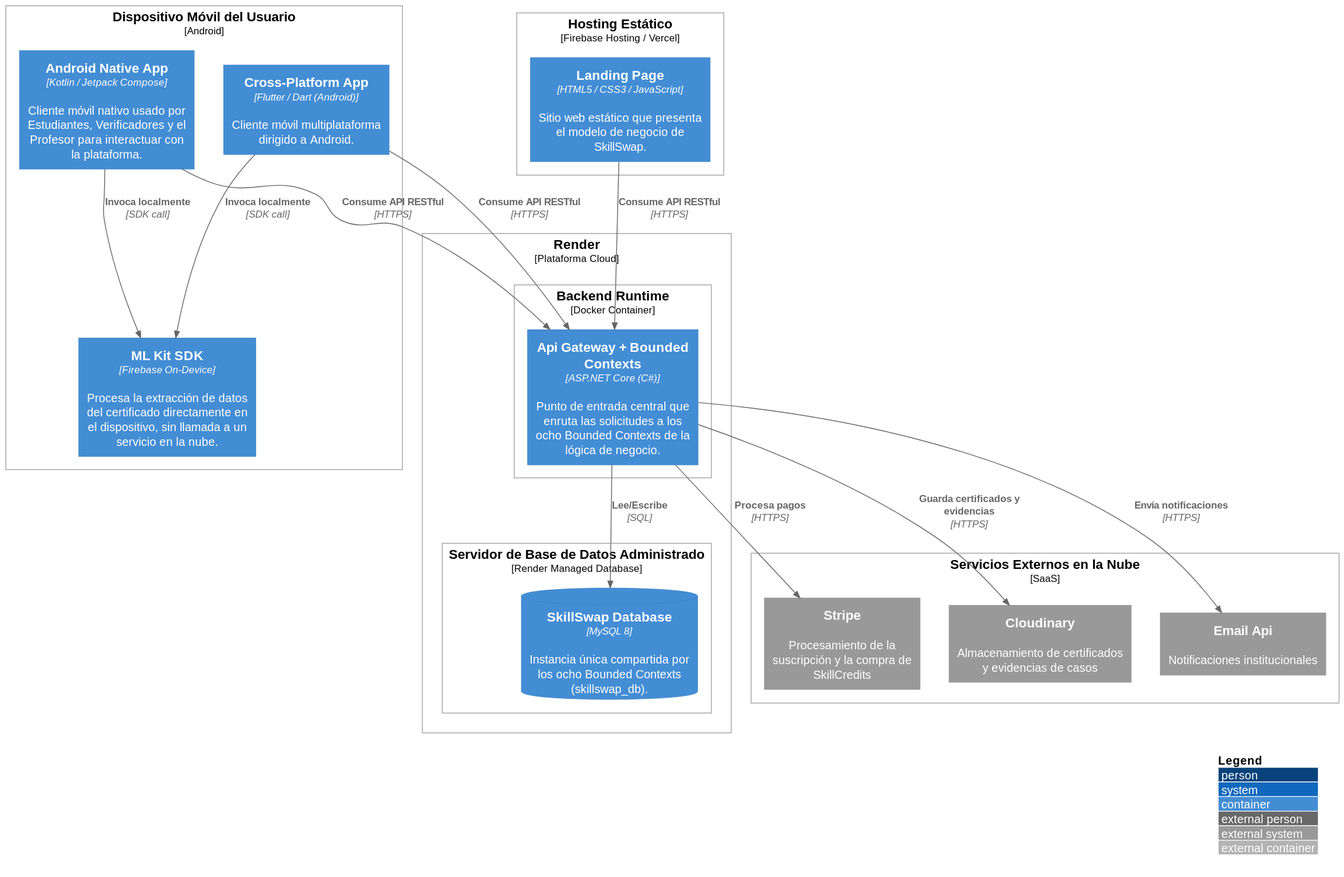
Above: images-doc/SkillSwapDeployment.svg in Aplicaciones-Dispositivos-Moviles/SkillSwap-ProjectReport (PlantUML), before the change.
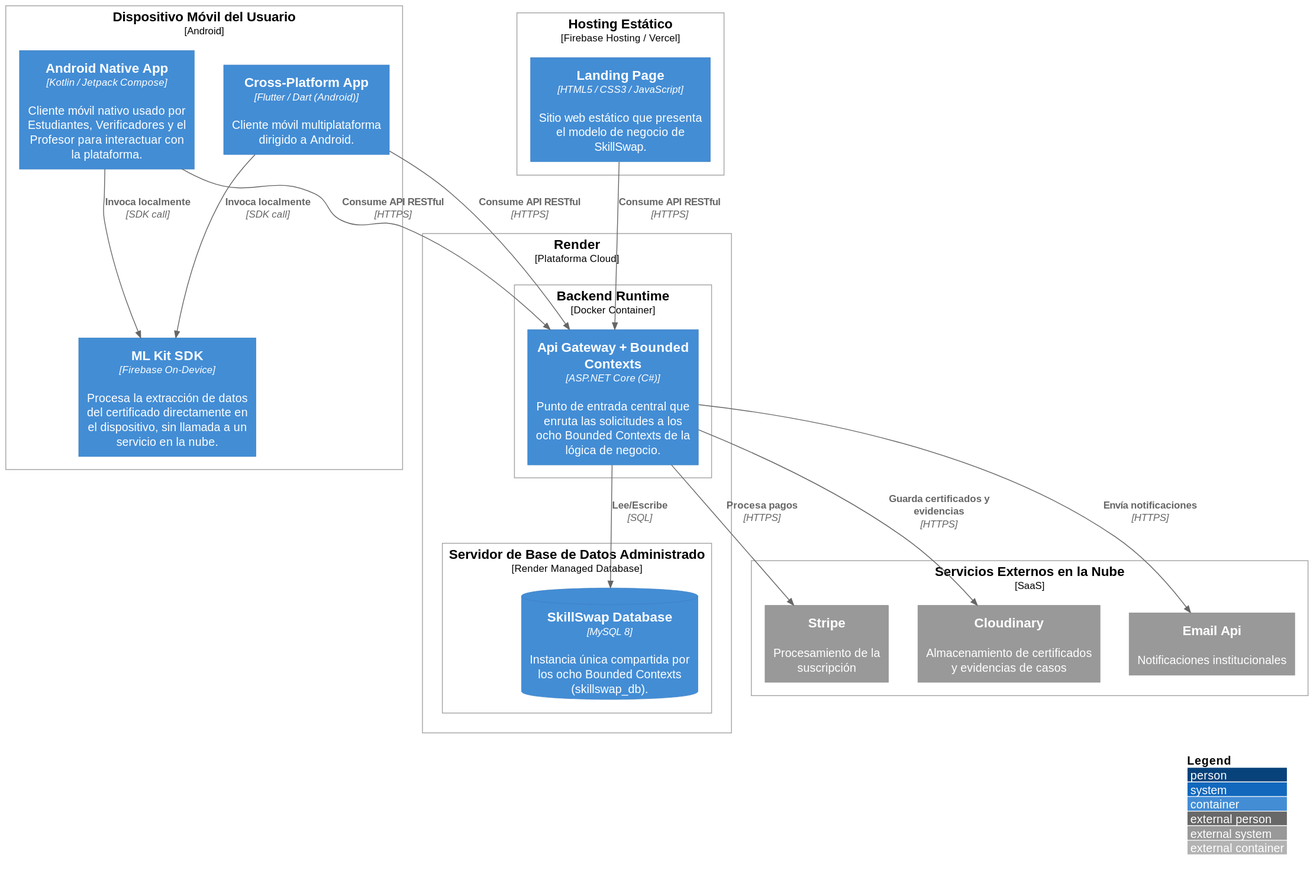
The same file after the commit.

The edit, as a diff of the source:
```diff
@@ -25,7 +25,7 @@
 Deployment_Node(externalCloud, "Servicios Externos en la Nube", "SaaS"){
     System_Ext(cloudStorage, "Cloudinary", "Almacenamiento de certificados y evidencias de casos")
     System_Ext(emailService, "Email Api", "Notificaciones institucionales")
-    System_Ext(stripeApi, "Stripe", "Procesamiento de la suscripción y la compra de SkillCredits")
+    System_Ext(stripeApi, "Stripe", "Procesamiento de la suscripción")
 }
 
 Rel(androidApp, mlKitSdk, "Invoca localmente", "SDK call")
```
